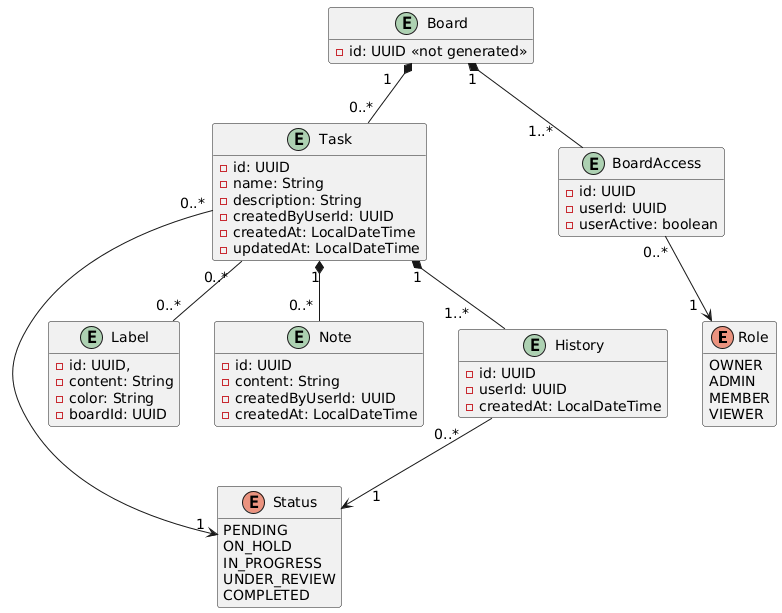
ArmandoEnrique1010K/TrelloMicroservices keeps this PlantUML diagram as assets/diagrama_workflow_2.png. Above is the earlier version.
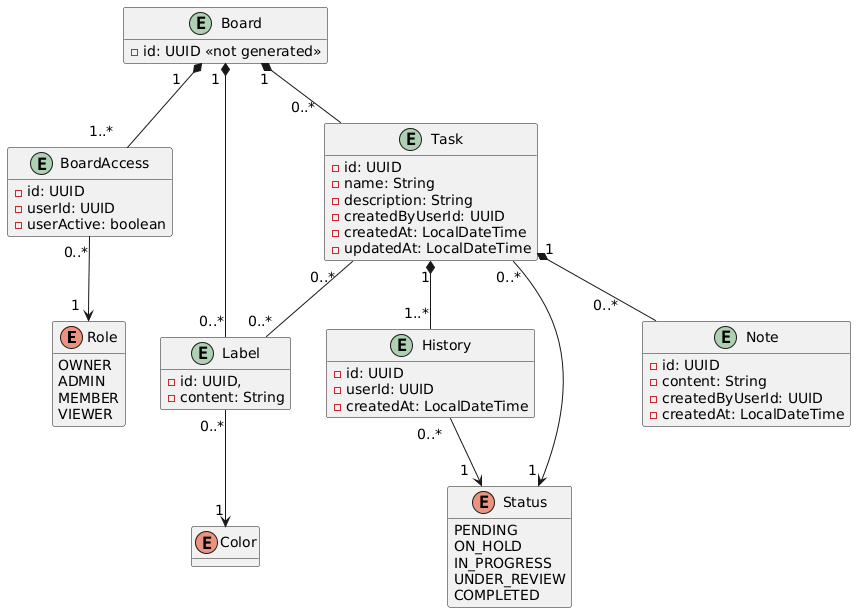
Later version of the same file.

Commit message:
Agregue relaciones de etiquetas (Label), enumeración de color y repositorio

What changed in the source:
```diff
@@ -43,8 +43,10 @@
 entity Label {
   - id: UUID,
   - content: String
-  - color: String
-  - boardId: UUID
+}
+
+enum Color {
+
 }
 
 entity Note {
@@ -63,14 +65,18 @@
 }
 
 
-Task "0..* " -- "0..*" Label
-Task "1" *-- "0..* " Note
-Task "1" *-- "1..*     " History
+Task "0..*  " -- "0..*" Label
+Task "1" *-- "0..*     " Note
+Task " 1" *-- " 1..*" History
 
-Task "0..*" -> "1 " Status
-History " 0..*    " --> "     1  " Status
+Task "0..*" ---> "1 " Status
+History " 0..*  " --> " 1  " Status
 
-Board "1" *-- "1..*    " BoardAccess
-Board " 1   " *-- "0..*" Task
+Board "1   " *-- "1..*    " BoardAccess
+Board " 1" *-- "0..*   " Task
 BoardAccess "0..*" --> "1  " Role
+
+Board " 1 " *-- "0..*" Label
+
+Label "0..*" --> " 1" Color
 @enduml
```
